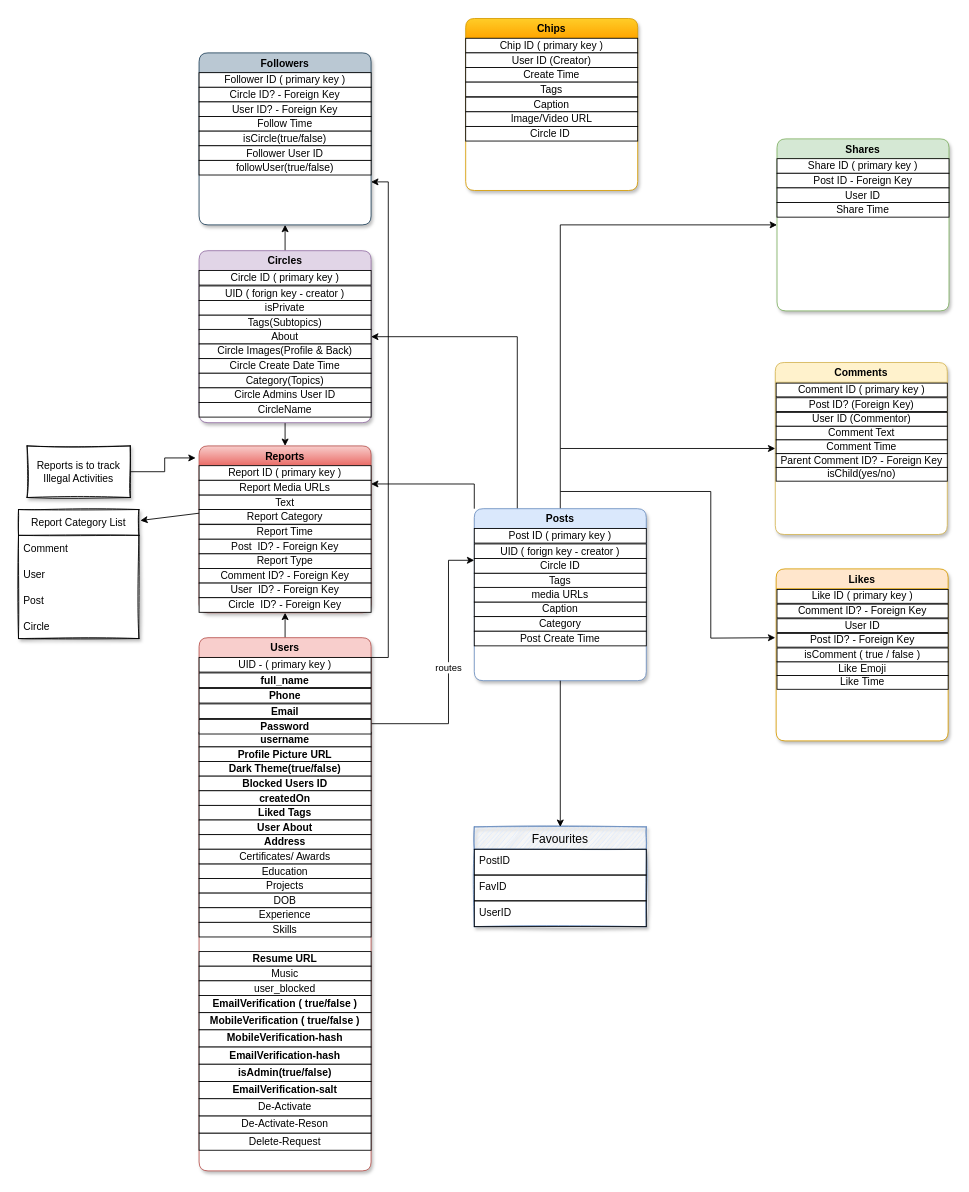
This is BackendV1-DBArchitecture.drawio from aghosh0605/social-app-backend, a draw.io file, before an edit. Source tidied: cells renumbered, new cells numbered last; positions are measured from the earlier drawing's top-left corner, leaving out a move shared by most shapes. Both pictures are drawn from the tidied source at 86%, with x=0, y=0 at pixel (18, 18).
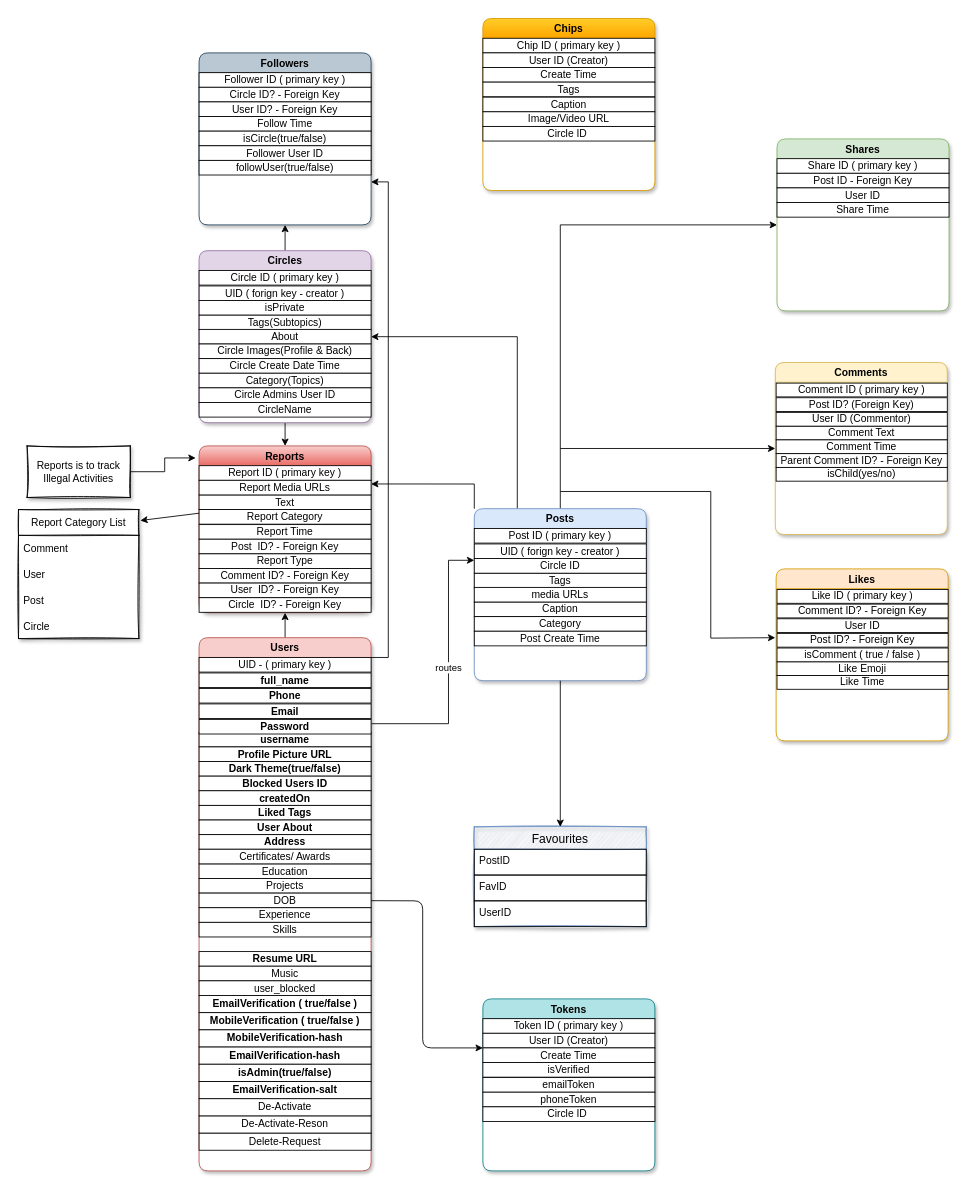
The same diagram, later.

The change refers to these unchanged cells:
```xml
<mxCell id="16" value="DOB" style="rounded=0;whiteSpace=wrap;html=1;" parent="4" vertex="1">
  <mxGeometry y="297" width="200" height="17" as="geometry" />
</mxCell>
```

Change to the diagram source:
```diff
@@
     <mxCell id="103" value="Chips" style="swimlane;fillColor=#ffcd28;strokeColor=#d79b00;gradientColor=#ffa500;swimlaneFillColor=default;rounded=1;shadow=1;" parent="1" vertex="1">
-      <mxGeometry x="520" width="200" height="200" as="geometry" />
+      <mxGeometry x="540" width="200" height="200" as="geometry" />
     </mxCell>
@@
+    <mxCell id="125" value="Tokens" style="swimlane;fillColor=#b0e3e6;strokeColor=#0e8088;swimlaneFillColor=default;rounded=1;shadow=1;" parent="1" vertex="1">
+      <mxGeometry x="540" y="1140" width="200" height="200" as="geometry" />
+    </mxCell>
+    <mxCell id="126" value="Token ID ( primary key )" style="rounded=0;whiteSpace=wrap;html=1;" parent="125" vertex="1">
+      <mxGeometry y="23" width="200" height="17" as="geometry" />
+    </mxCell>
+    <mxCell id="127" value="User ID (Creator)" style="rounded=0;whiteSpace=wrap;html=1;" parent="125" vertex="1">
+      <mxGeometry y="40" width="200" height="17" as="geometry" />
+    </mxCell>
+    <mxCell id="128" value="Create Time" style="rounded=0;whiteSpace=wrap;html=1;" parent="125" vertex="1">
+      <mxGeometry y="57" width="200" height="17" as="geometry" />
+    </mxCell>
+    <mxCell id="129" value="isVerified" style="rounded=0;whiteSpace=wrap;html=1;" parent="125" vertex="1">
+      <mxGeometry y="74" width="200" height="17" as="geometry" />
+    </mxCell>
+    <mxCell id="130" value="emailToken" style="rounded=0;whiteSpace=wrap;html=1;" parent="125" vertex="1">
+      <mxGeometry y="91.5" width="200" height="17" as="geometry" />
+    </mxCell>
+    <mxCell id="131" value="phoneToken" style="rounded=0;whiteSpace=wrap;html=1;" parent="125" vertex="1">
+      <mxGeometry y="108.5" width="200" height="17" as="geometry" />
+    </mxCell>
+    <mxCell id="132" value="Circle ID&amp;nbsp;" style="rounded=0;whiteSpace=wrap;html=1;" parent="125" vertex="1">
+      <mxGeometry y="125.5" width="200" height="17" as="geometry" />
+    </mxCell>
+    <mxCell id="133" style="edgeStyle=none;html=1;entryX=0;entryY=0;entryDx=0;entryDy=0;" parent="1" edge="1" source="16" target="128">
+      <mxGeometry relative="1" as="geometry">
+        <Array as="points">
+          <mxPoint x="470" y="1026" />
+          <mxPoint x="470" y="1197" />
+        </Array>
+      </mxGeometry>
+    </mxCell>
```
